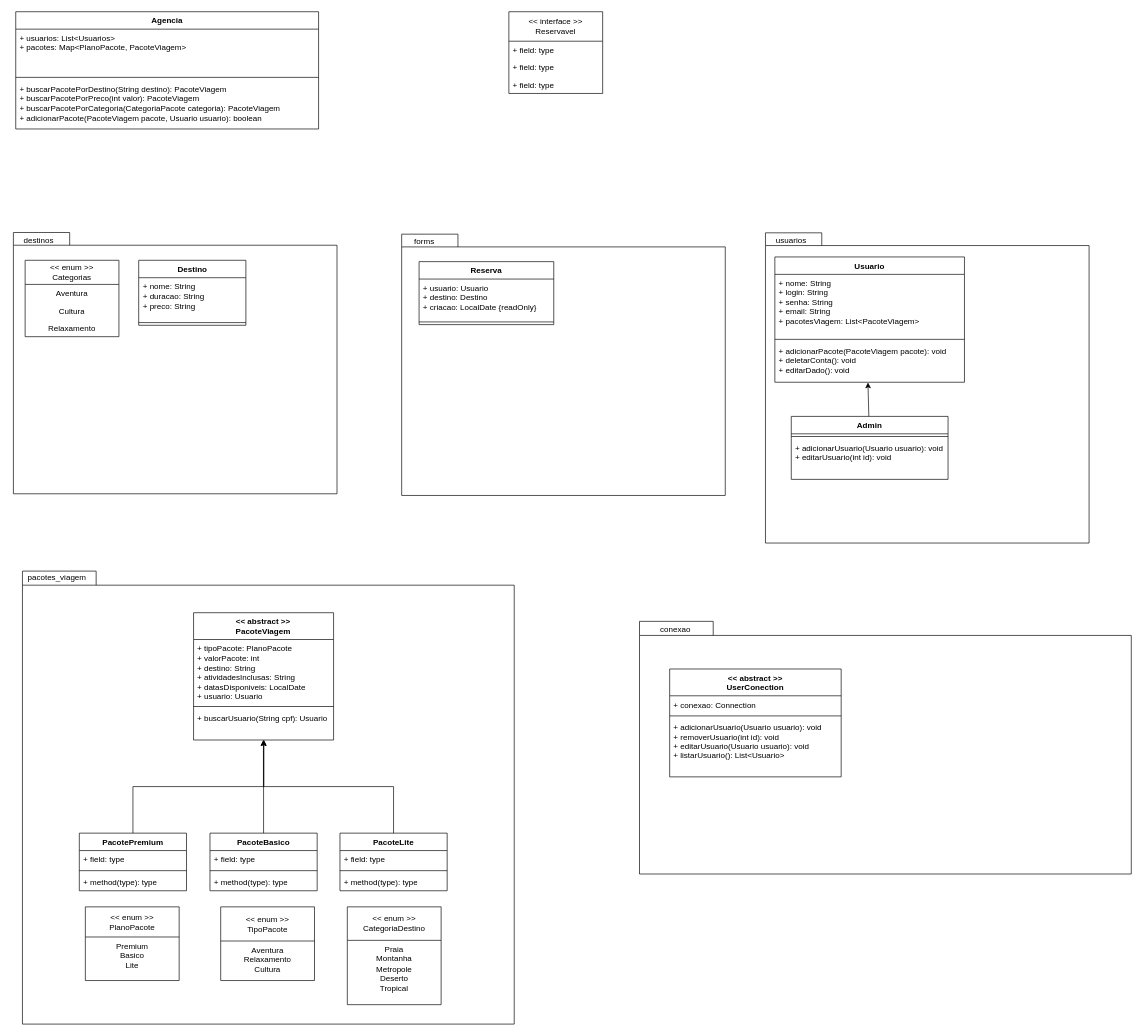
The draw.io diagram files/Turismo.drawio in Corumba03/Projeto-Final, before the edit. Source tidied: cells renumbered, new cells numbered last; positions are measured from the earlier drawing's top-left corner, leaving out a move shared by most shapes. Both pictures are drawn from the tidied source at 67%, with x=0, y=0 at pixel (11, 11).
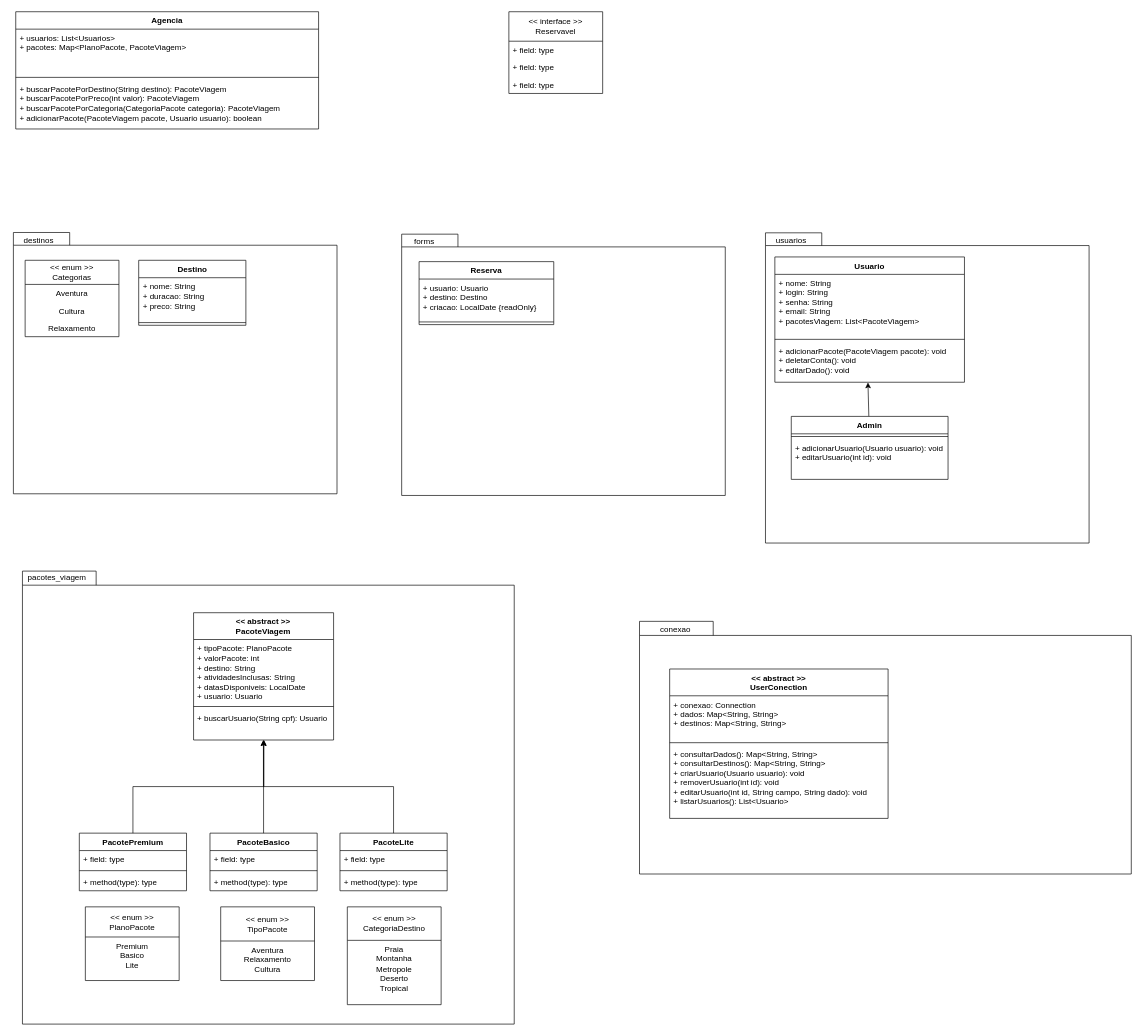
The same diagram, later.

Commit message:
UML atualizado

The change refers to these unchanged cells:
```xml
<mxCell id="67" style="group;" parent="1" vertex="1">
  <mxGeometry x="937" y="906" width="734" height="381" as="geometry" />
</mxCell>
```

What changed in the source:
```diff
@@
     <mxCell id="70" value="&lt;&lt; abstract &gt;&gt;&#10;UserConection" style="swimlane;fontStyle=1;align=center;verticalAlign=top;horizontal=1;startSize=40;" parent="67" vertex="1">
-      <mxGeometry x="45" y="75" width="256" height="161" as="geometry" />
+      <mxGeometry x="45" y="75" width="326" height="223" as="geometry" />
     </mxCell>
-    <mxCell id="71" value="+ conexao: Connection" style="text;strokeColor=none;fillColor=none;align=left;verticalAlign=top;spacingLeft=4;spacingRight=4;overflow=hidden;" parent="70" vertex="1">
-      <mxGeometry y="40" width="256" height="26" as="geometry" />
+    <mxCell id="71" value="+ conexao: Connection&#10;+ dados: Map&lt;String, String&gt;&#10;+ destinos: Map&lt;String, String&gt;" style="text;strokeColor=none;fillColor=none;align=left;verticalAlign=top;spacingLeft=4;spacingRight=4;overflow=hidden;" parent="70" vertex="1">
+      <mxGeometry y="40" width="326" height="66" as="geometry" />
     </mxCell>
     <mxCell id="72" style="line;strokeWidth=1;fillColor=none;align=left;verticalAlign=middle;spacingTop=-1;spacingLeft=3;spacingRight=3;labelPosition=right;strokeColor=inherit;" parent="70" vertex="1">
-      <mxGeometry y="66" width="256" height="8" as="geometry" />
+      <mxGeometry y="106" width="326" height="8" as="geometry" />
     </mxCell>
-    <mxCell id="73" value="+ adicionarUsuario(Usuario usuario): void&#10;+ removerUsuario(int id): void&#10;+ editarUsuario(Usuario usuario): void&#10;+ listarUsuario(): List&lt;Usuario&gt;" style="text;strokeColor=none;fillColor=none;align=left;verticalAlign=top;spacingLeft=4;spacingRight=4;overflow=hidden;" parent="70" vertex="1">
-      <mxGeometry y="74" width="256" height="87" as="geometry" />
+    <mxCell id="73" value="+ consultarDados(): Map&lt;String, String&gt;&#10;+ consultarDestinos(): Map&lt;String, String&gt; &#10;+ criarUsuario(Usuario usuario): void&#10;+ removerUsuario(int id): void&#10;+ editarUsuario(int id, String campo, String dado): void&#10;+ listarUsuarios(): List&lt;Usuario&gt;" style="text;strokeColor=none;fillColor=none;align=left;verticalAlign=top;spacingLeft=4;spacingRight=4;overflow=hidden;" parent="70" vertex="1">
+      <mxGeometry y="114" width="326" height="109" as="geometry" />
     </mxCell>
```
